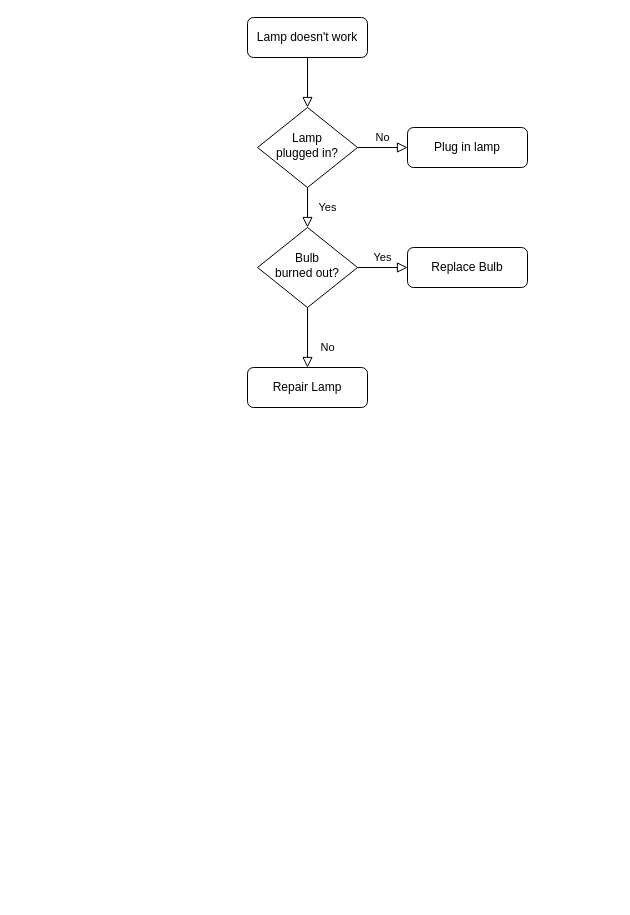
SuningRain/interview keeps this draw.io diagram as src/components/webBase/Untitled Diagram.drawio. Above is the earlier version. Source tidied: cells renumbered, new cells numbered last; positions are measured from the earlier drawing's top-left corner, leaving out a move shared by most shapes. Both pictures are drawn from the tidied source at 100%, with x=0, y=0 at pixel (247, 17).
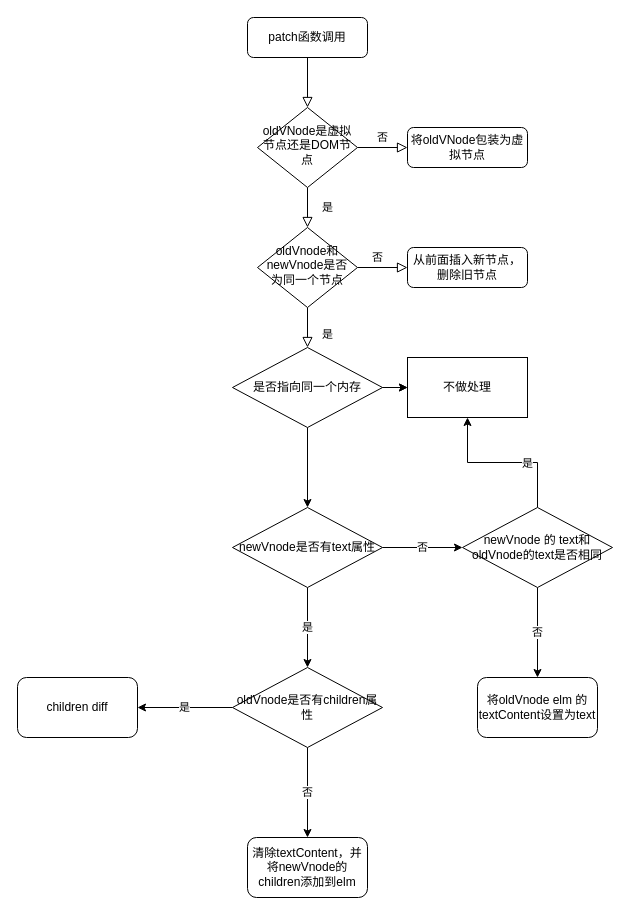
The same page after the edit.

Commit message:
refact: 更新vue - patch 流程图

The edit, as a diff of the source:
```diff
@@
-    <mxCell id="3" value="Lamp doesn't work" style="rounded=1;whiteSpace=wrap;html=1;fontSize=12;glass=0;strokeWidth=1;shadow=0;" parent="1" vertex="1">
+    <mxCell id="3" value="patch函数调用" style="rounded=1;whiteSpace=wrap;html=1;fontSize=12;glass=0;strokeWidth=1;shadow=0;" parent="1" vertex="1">
       <mxGeometry width="120" height="40" as="geometry" />
     </mxCell>
-    <mxCell id="4" value="Yes" style="rounded=0;html=1;jettySize=auto;fontSize=11;endArrow=block;endFill=0;endSize=8;strokeWidth=1;shadow=0;labelBackgroundColor=none;edgeStyle=orthogonalEdgeStyle;" parent="1" edge="1" source="6" target="10">
+    <mxCell id="4" value="是" style="rounded=0;html=1;jettySize=auto;fontSize=11;endArrow=block;endFill=0;endSize=8;strokeWidth=1;shadow=0;labelBackgroundColor=none;edgeStyle=orthogonalEdgeStyle;" parent="1" edge="1" source="6" target="10">
       <mxGeometry y="20" relative="1" as="geometry" />
     </mxCell>
-    <mxCell id="5" value="No" style="edgeStyle=orthogonalEdgeStyle;rounded=0;html=1;jettySize=auto;fontSize=11;endArrow=block;endFill=0;endSize=8;strokeWidth=1;shadow=0;labelBackgroundColor=none;" parent="1" edge="1" source="6" target="7">
+    <mxCell id="5" value="否" style="edgeStyle=orthogonalEdgeStyle;rounded=0;html=1;jettySize=auto;fontSize=11;endArrow=block;endFill=0;endSize=8;strokeWidth=1;shadow=0;labelBackgroundColor=none;" parent="1" edge="1" source="6" target="7">
       <mxGeometry y="10" relative="1" as="geometry" />
     </mxCell>
-    <mxCell id="6" value="Lamp&lt;br&gt;plugged in?" style="rhombus;whiteSpace=wrap;html=1;shadow=0;fontFamily=Helvetica;fontSize=12;align=center;strokeWidth=1;spacing=6;spacingTop=-4;" parent="1" vertex="1">
+    <mxCell id="6" value="oldVNode是虚拟节点还是DOM节点" style="rhombus;whiteSpace=wrap;html=1;shadow=0;fontFamily=Helvetica;fontSize=12;align=center;strokeWidth=1;spacing=6;spacingTop=-4;" parent="1" vertex="1">
       <mxGeometry x="10" y="90" width="100" height="80" as="geometry" />
     </mxCell>
-    <mxCell id="7" value="Plug in lamp" style="rounded=1;whiteSpace=wrap;html=1;fontSize=12;glass=0;strokeWidth=1;shadow=0;" parent="1" vertex="1">
+    <mxCell id="7" value="将oldVNode包装为虚拟节点" style="rounded=1;whiteSpace=wrap;html=1;fontSize=12;glass=0;strokeWidth=1;shadow=0;" parent="1" vertex="1">
       <mxGeometry x="160" y="110" width="120" height="40" as="geometry" />
     </mxCell>
-    <mxCell id="8" value="No" style="rounded=0;html=1;jettySize=auto;fontSize=11;endArrow=block;endFill=0;endSize=8;strokeWidth=1;shadow=0;labelBackgroundColor=none;edgeStyle=orthogonalEdgeStyle;" parent="1" edge="1" source="10" target="11">
+    <mxCell id="8" value="是" style="rounded=0;html=1;jettySize=auto;fontSize=11;endArrow=block;endFill=0;endSize=8;strokeWidth=1;shadow=0;labelBackgroundColor=none;edgeStyle=orthogonalEdgeStyle;entryX=0.5;entryY=0;entryDx=0;entryDy=0;" parent="1" edge="1" source="10" target="16">
       <mxGeometry x="0.33" y="20" relative="1" as="geometry" />
     </mxCell>
-    <mxCell id="9" value="Yes" style="edgeStyle=orthogonalEdgeStyle;rounded=0;html=1;jettySize=auto;fontSize=11;endArrow=block;endFill=0;endSize=8;strokeWidth=1;shadow=0;labelBackgroundColor=none;" parent="1" edge="1" source="10" target="12">
-      <mxGeometry y="10" relative="1" as="geometry" />
+    <mxCell id="9" value="否" style="edgeStyle=orthogonalEdgeStyle;rounded=0;html=1;jettySize=auto;fontSize=11;endArrow=block;endFill=0;endSize=8;strokeWidth=1;shadow=0;labelBackgroundColor=none;" parent="1" edge="1" source="10" target="12">
+      <mxGeometry x="-0.2" y="10" relative="1" as="geometry" />
     </mxCell>
-    <mxCell id="10" value="Bulb&lt;br&gt;burned out?" style="rhombus;whiteSpace=wrap;html=1;shadow=0;fontFamily=Helvetica;fontSize=12;align=center;strokeWidth=1;spacing=6;spacingTop=-4;" parent="1" vertex="1">
+    <mxCell id="10" value="oldVnode和newVnode是否为同一个节点" style="rhombus;whiteSpace=wrap;html=1;shadow=0;fontFamily=Helvetica;fontSize=12;align=center;strokeWidth=1;spacing=6;spacingTop=-4;" parent="1" vertex="1">
       <mxGeometry x="10" y="210" width="100" height="80" as="geometry" />
     </mxCell>
-    <mxCell id="11" value="Repair Lamp" style="rounded=1;whiteSpace=wrap;html=1;fontSize=12;glass=0;strokeWidth=1;shadow=0;" parent="1" vertex="1">
-      <mxGeometry y="350" width="120" height="40" as="geometry" />
-    </mxCell>
-    <mxCell id="12" value="Replace Bulb" style="rounded=1;whiteSpace=wrap;html=1;fontSize=12;glass=0;strokeWidth=1;shadow=0;" parent="1" vertex="1">
+    <mxCell id="12" value="从前面插入新节点，删除旧节点" style="rounded=1;whiteSpace=wrap;html=1;fontSize=12;glass=0;strokeWidth=1;shadow=0;" parent="1" vertex="1">
       <mxGeometry x="160" y="230" width="120" height="40" as="geometry" />
     </mxCell>
+    <mxCell id="13" style="edgeStyle=orthogonalEdgeStyle;rounded=0;jettySize=auto;html=1;" parent="1" edge="1" source="16">
+      <mxGeometry relative="1" as="geometry">
+        <mxPoint x="160" y="370" as="targetPoint" />
+      </mxGeometry>
+    </mxCell>
+    <mxCell id="14" style="edgeStyle=orthogonalEdgeStyle;rounded=0;jettySize=auto;html=1;" parent="1" edge="1" source="16" target="17">
+      <mxGeometry relative="1" as="geometry" />
+    </mxCell>
+    <mxCell id="15" style="edgeStyle=orthogonalEdgeStyle;rounded=0;jettySize=auto;html=1;" parent="1" edge="1" source="16" target="20">
+      <mxGeometry relative="1" as="geometry" />
+    </mxCell>
+    <mxCell id="16" value="是否指向同一个内存" style="rhombus;whiteSpace=wrap;html=1;" parent="1" vertex="1">
+      <mxGeometry x="-15" y="330" width="150" height="80" as="geometry" />
+    </mxCell>
+    <mxCell id="17" value="不做处理" style="whiteSpace=wrap;html=1;" parent="1" vertex="1">
+      <mxGeometry x="160" y="340" width="120" height="60" as="geometry" />
+    </mxCell>
+    <mxCell id="18" value="否" style="edgeStyle=orthogonalEdgeStyle;rounded=0;jettySize=auto;html=1;" parent="1" edge="1" source="20" target="24">
+      <mxGeometry relative="1" as="geometry" />
+    </mxCell>
+    <mxCell id="19" value="是" style="edgeStyle=orthogonalEdgeStyle;rounded=0;jettySize=auto;html=1;" parent="1" edge="1" source="20" target="28">
+      <mxGeometry relative="1" as="geometry" />
+    </mxCell>
+    <mxCell id="20" value="newVnode是否有text属性" style="rhombus;whiteSpace=wrap;html=1;" parent="1" vertex="1">
+      <mxGeometry x="-15" y="490" width="150" height="80" as="geometry" />
+    </mxCell>
+    <mxCell id="21" style="edgeStyle=orthogonalEdgeStyle;rounded=0;jettySize=auto;html=1;" parent="1" edge="1" source="24" target="17">
+      <mxGeometry relative="1" as="geometry" />
+    </mxCell>
+    <mxCell id="22" value="是" style="edgeLabel;html=1;align=center;verticalAlign=middle;" parent="21" vertex="1">
+      <mxGeometry x="-0.3" relative="1" as="geometry" />
+    </mxCell>
+    <mxCell id="23" value="否" style="edgeStyle=orthogonalEdgeStyle;rounded=0;jettySize=auto;html=1;" parent="1" edge="1" source="24" target="25">
+      <mxGeometry relative="1" as="geometry" />
+    </mxCell>
+    <mxCell id="24" value="newVnode 的 text和oldVnode的text是否相同" style="rhombus;whiteSpace=wrap;html=1;" parent="1" vertex="1">
+      <mxGeometry x="215" y="490" width="150" height="80" as="geometry" />
+    </mxCell>
+    <mxCell id="25" value="将oldVnode elm 的 textContent设置为text" style="rounded=1;whiteSpace=wrap;html=1;" parent="1" vertex="1">
+      <mxGeometry x="230" y="660" width="120" height="60" as="geometry" />
+    </mxCell>
+    <mxCell id="26" value="否" style="edgeStyle=orthogonalEdgeStyle;rounded=0;jettySize=auto;html=1;" parent="1" edge="1" source="28" target="29">
+      <mxGeometry relative="1" as="geometry" />
+    </mxCell>
+    <mxCell id="27" value="是" style="edgeStyle=orthogonalEdgeStyle;rounded=0;jettySize=auto;html=1;" parent="1" edge="1" source="28" target="30">
+      <mxGeometry relative="1" as="geometry" />
+    </mxCell>
+    <mxCell id="28" value="oldVnode是否有children属性" style="rhombus;whiteSpace=wrap;html=1;" parent="1" vertex="1">
+      <mxGeometry x="-15" y="650" width="150" height="80" as="geometry" />
+    </mxCell>
+    <mxCell id="29" value="清除textContent，并将newVnode的children添加到elm" style="rounded=1;whiteSpace=wrap;html=1;" parent="1" vertex="1">
+      <mxGeometry y="820" width="120" height="60" as="geometry" />
+    </mxCell>
+    <mxCell id="30" value="children diff" style="rounded=1;whiteSpace=wrap;html=1;" parent="1" vertex="1">
+      <mxGeometry x="-230" y="660" width="120" height="60" as="geometry" />
+    </mxCell>
```
